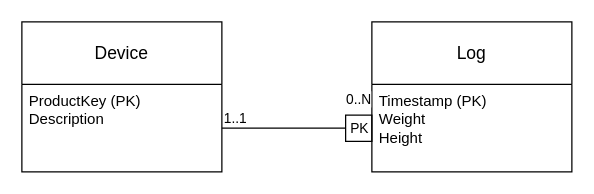
vinleeit/smart_bin keeps this draw.io diagram as page "db_schema" (1 of 2) of server/assets/diagram.drawio. Above is the earlier version. Source tidied: cells renumbered, new cells numbered last; positions are measured from the earlier drawing's top-left corner, leaving out a move shared by most shapes. Both pictures are drawn from the tidied source at 125%, with x=0, y=0 at pixel (21, 21).
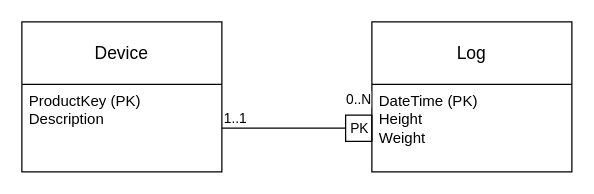
The same diagram, later.

Diff of the diagram source:
```diff
@@
 <mxGraphModel>
   <root>
     <mxCell id="0" />
     <mxCell id="1" parent="0" />
     <mxCell id="2" value="Device" style="swimlane;horizontal=1;startSize=50;rounded=0;fontSize=14;fontStyle=0;strokeWidth=1;shadow=0;dashed=0;align=center;arcSize=4;whiteSpace=wrap;html=1;" parent="1" vertex="1">
       <mxGeometry width="160" height="120" as="geometry" />
     </mxCell>
     <mxCell id="3" value="ProductKey (PK)&lt;br&gt;Description" style="align=left;strokeColor=none;fillColor=none;spacingLeft=4;fontSize=12;verticalAlign=top;html=1;" parent="2" vertex="1">
       <mxGeometry y="50" width="160" height="70" as="geometry" />
     </mxCell>
     <mxCell id="4" value="Log" style="swimlane;horizontal=1;startSize=50;rounded=0;fontSize=14;fontStyle=0;strokeWidth=1;shadow=0;dashed=0;align=center;arcSize=4;whiteSpace=wrap;html=1;swimlaneLine=1;fillColor=default;" parent="1" vertex="1">
       <mxGeometry x="280" width="160" height="120" as="geometry" />
     </mxCell>
-    <mxCell id="5" value="Timestamp (PK)&lt;br&gt;Weight&lt;br&gt;Height" style="align=left;strokeColor=none;fillColor=none;spacingLeft=4;fontSize=12;verticalAlign=top;html=1;" parent="4" vertex="1">
+    <mxCell id="5" value="DateTime (PK)&lt;br&gt;Height&lt;br&gt;Weight" style="align=left;strokeColor=none;fillColor=none;spacingLeft=4;fontSize=12;verticalAlign=top;html=1;" parent="4" vertex="1">
       <mxGeometry y="50" width="160" height="70" as="geometry" />
     </mxCell>
     <mxCell id="6" value="PK" style="endArrow=box;html=1;rounded=0;exitX=1;exitY=0.5;exitDx=0;exitDy=0;entryX=0;entryY=0.5;entryDx=0;entryDy=0;edgeStyle=orthogonalEdgeStyle;endFill=0;endSize=19;" parent="1" edge="1" source="3" target="5">
       <mxGeometry x="0.83" relative="1" as="geometry" />
     </mxCell>
     <mxCell id="7" value="1..1" style="edgeLabel;html=1;align=left;verticalAlign=bottom;" parent="6" vertex="1">
       <mxGeometry x="-1" relative="1" as="geometry" />
     </mxCell>
     <mxCell id="8" value="0..N" style="edgeLabel;html=1;align=right;verticalAlign=bottom;" parent="6" vertex="1">
       <mxGeometry x="1" relative="1" as="geometry">
         <mxPoint y="-15" as="offset" />
       </mxGeometry>
     </mxCell>
   </root>
 </mxGraphModel>
```
